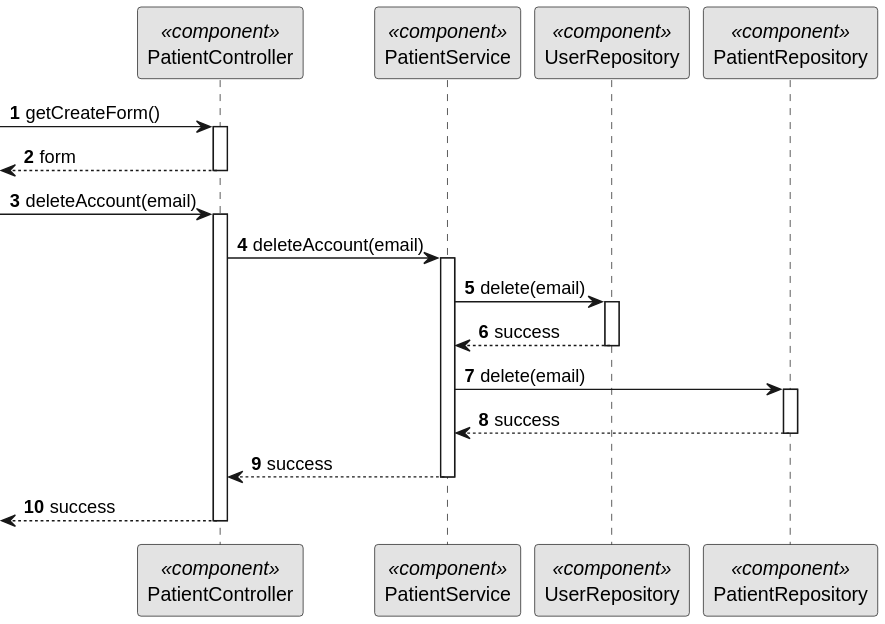
Ana-Miguel-Silva/SurgicalAppointmentAndResourceManagement keeps this PlantUML diagram as docs/BackofficeModule/5.1.10/sequence-diagram-3.svg. Above is the earlier version. Its diagram source:
```plantuml
@startuml
skinparam monochrome true
skinparam packageStyle rectangle
skinparam shadowing false

autonumber

participant "PatientController" as CTRL <<component>>
participant "PatientService" as SERV <<component>>
participant "UserRepository" as UREPO <<component>>
participant "PatientRepository" as REPO <<component>>



 -> CTRL: getCreateForm()
activate CTRL
<-- CTRL  : form
deactivate CTRL

 -> CTRL: deleteAccount(email)
activate CTRL
CTRL -> SERV: deleteAccount(email)
activate SERV

SERV -> UREPO: delete(email)
activate UREPO
UREPO --> SERV: success
deactivate UREPO
SERV -> REPO: delete(email)
activate REPO
REPO --> SERV: success
deactivate REPO
SERV --> CTRL: success
deactivate SERV
<-- CTRL: success
deactivate CTRL
@enduml
```
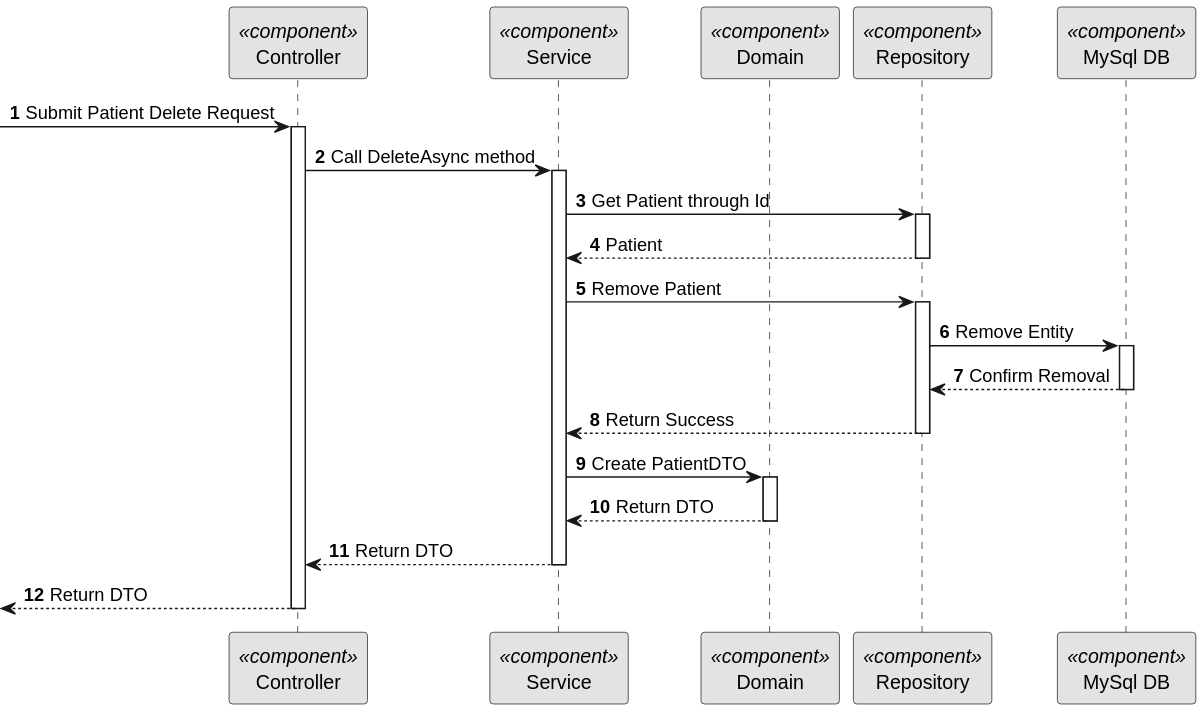
The same diagram one commit later.

Change to the diagram source:
```diff
@@ -5,33 +5,45 @@
 
 autonumber
 
-participant "PatientController" as CTRL <<component>>
-participant "PatientService" as SERV <<component>>
-participant "UserRepository" as UREPO <<component>>
-participant "PatientRepository" as REPO <<component>>
+participant "Controller" as CTRL <<component>>
+participant "Service" as SERV <<component>>
+participant "Domain" as DOM <<component>>
+participant "Repository" as REPO <<component>>
+participant "MySql DB" as BDD <<component>>
 
+-> CTRL: Submit Patient Delete Request
+activate CTRL
 
-
- -> CTRL: getCreateForm()
-activate CTRL
-<-- CTRL  : form
-deactivate CTRL
-
- -> CTRL: deleteAccount(email)
-activate CTRL
-CTRL -> SERV: deleteAccount(email)
+CTRL -> SERV: Call DeleteAsync method
 activate SERV
 
-SERV -> UREPO: delete(email)
-activate UREPO
-UREPO --> SERV: success
-deactivate UREPO
-SERV -> REPO: delete(email)
+SERV -> REPO: Get Patient through Id
 activate REPO
-REPO --> SERV: success
+
+REPO --> SERV: Patient
 deactivate REPO
-SERV --> CTRL: success
+
+SERV -> REPO : Remove Patient
+activate REPO
+
+REPO -> BDD : Remove Entity
+activate BDD
+
+BDD --> REPO : Confirm Removal
+deactivate BDD
+
+REPO --> SERV : Return Success
+deactivate REPO
+
+SERV -> DOM : Create PatientDTO
+activate DOM
+
+DOM --> SERV : Return DTO
+deactivate DOM
+
+SERV --> CTRL : Return DTO
 deactivate SERV
-<-- CTRL: success
+
+<-- CTRL  : Return DTO
 deactivate CTRL
 @enduml
```
